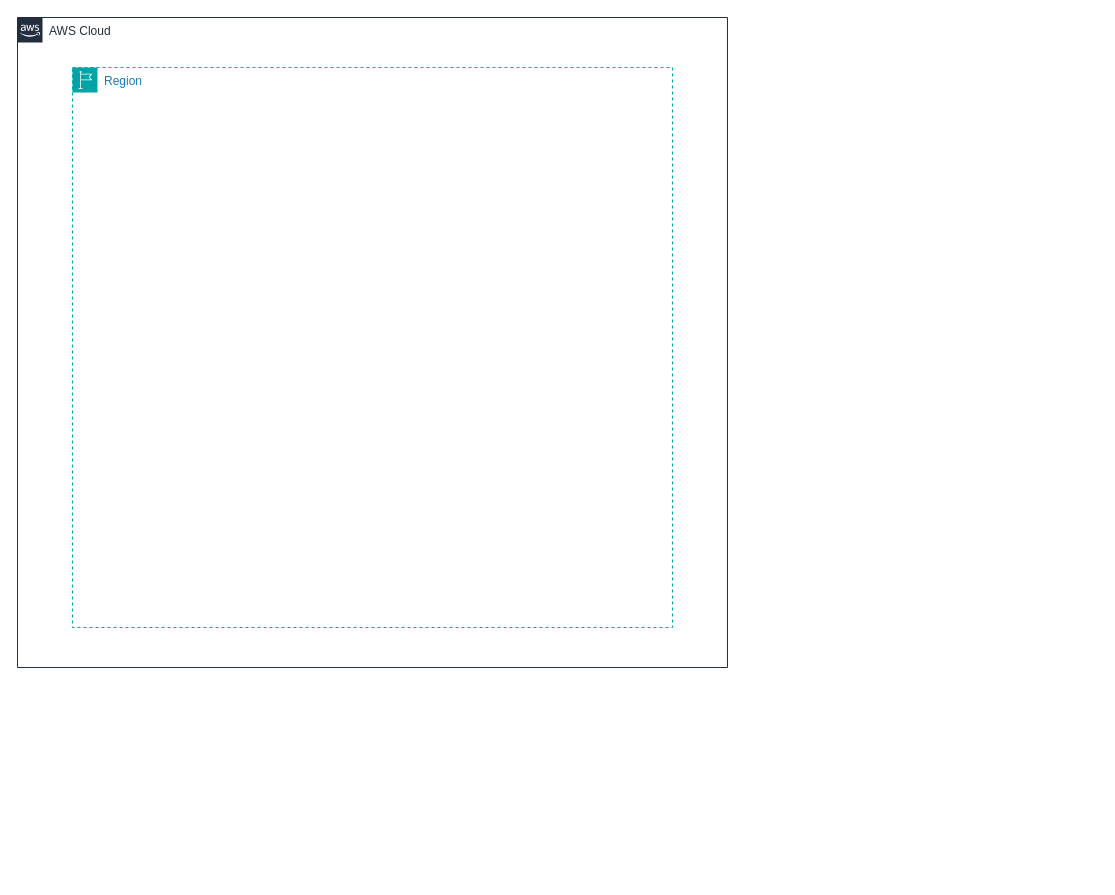
This is SEM_2/CS5024-Theory_and_Practice_of_Advanced_AI_Ecosystems/AWS Architecture Diagram.drawio from sprince0031/UL_Masters, a draw.io file, before an edit. Source tidied: cells renumbered, new cells numbered last; positions are measured from the earlier drawing's top-left corner, leaving out a move shared by most shapes. Both pictures are drawn from the tidied source at 100%, with x=0, y=0 at pixel (17, 17).
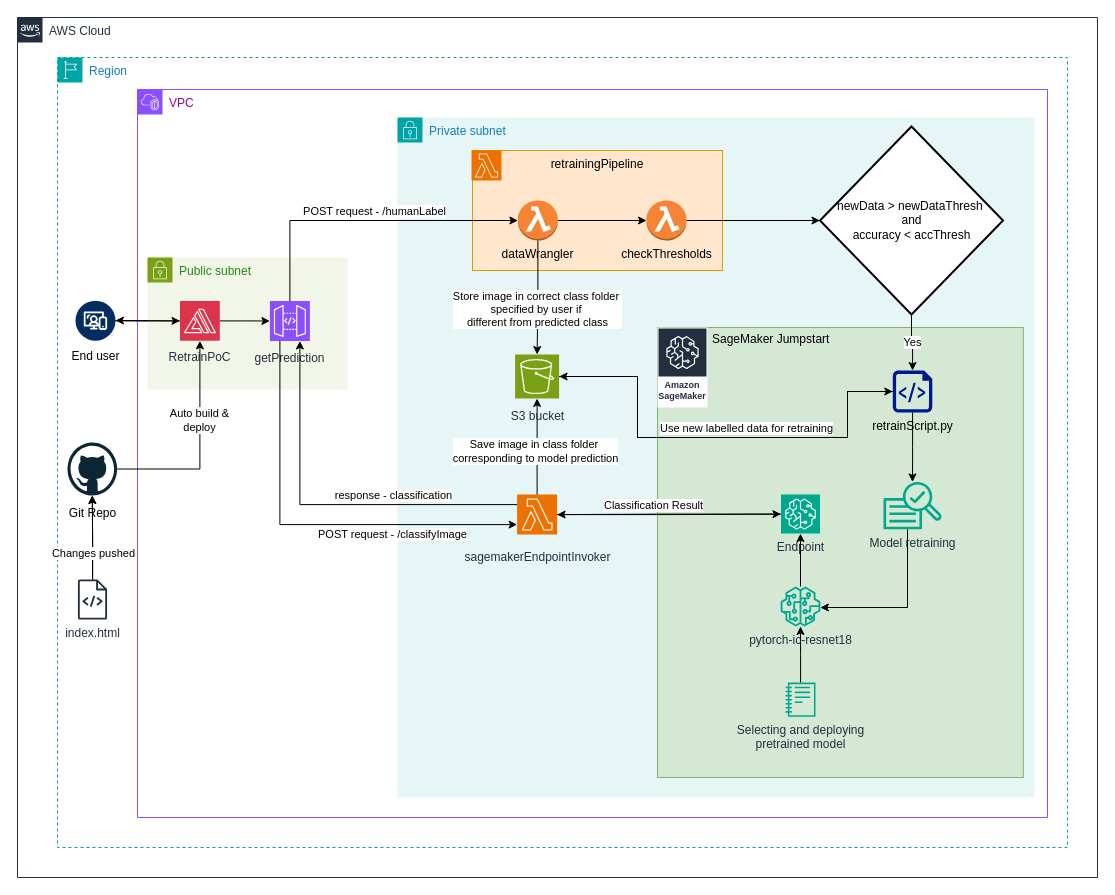
Above is the later version.

Change to the diagram source:
```diff
@@
     <mxCell id="2" value="AWS Cloud" style="gradientColor=none;html=1;whiteSpace=wrap;fontSize=12;fontStyle=0;shape=mxgraph.aws4.group;grIcon=mxgraph.aws4.group_aws_cloud_alt;strokeColor=#232F3E;fillColor=none;verticalAlign=top;align=left;spacingLeft=30;fontColor=#232F3E;dashed=0;" parent="1" vertex="1">
-      <mxGeometry width="710" height="650" as="geometry" />
+      <mxGeometry width="1080" height="860" as="geometry" />
     </mxCell>
     <mxCell id="3" value="Region" style="gradientColor=none;html=1;whiteSpace=wrap;fontSize=12;fontStyle=0;shape=mxgraph.aws4.group;grIcon=mxgraph.aws4.group_region;strokeColor=#00A4A6;fillColor=none;verticalAlign=top;align=left;spacingLeft=30;fontColor=#147EBA;dashed=1;" parent="2" vertex="1">
-      <mxGeometry x="55" y="50" width="600" height="560" as="geometry" />
+      <mxGeometry x="40" y="40" width="1010" height="790" as="geometry" />
     </mxCell>
+    <mxCell id="4" value="Private subnet" style="gradientColor=none;html=1;whiteSpace=wrap;fontSize=12;fontStyle=0;shape=mxgraph.aws4.group;grIcon=mxgraph.aws4.group_security_group;grStroke=0;strokeColor=#00A4A6;fillColor=#E6F6F7;verticalAlign=top;align=left;spacingLeft=30;fontColor=#147EBA;dashed=0;" parent="3" vertex="1">
+      <mxGeometry x="340" y="60" width="637" height="680" as="geometry" />
+    </mxCell>
+    <mxCell id="5" value="retrainingPipeline" style="fillColor=#ffe6cc;strokeColor=#d79b00;dashed=0;verticalAlign=top;fontStyle=0;whiteSpace=wrap;html=1;" parent="4" vertex="1">
+      <mxGeometry x="75" y="33" width="250" height="120" as="geometry" />
+    </mxCell>
+    <mxCell id="6" style="sketch=0;fontColor=#232F3E;fillColor=#ED7100;strokeColor=#ffffff;dashed=0;verticalLabelPosition=bottom;verticalAlign=top;align=center;html=1;fontSize=12;fontStyle=0;shape=mxgraph.aws4.resourceIcon;resIcon=mxgraph.aws4.lambda;" parent="4" vertex="1">
+      <mxGeometry x="74" y="33" width="30" height="30" as="geometry" />
+    </mxCell>
+    <mxCell id="7" style="edgeStyle=orthogonalEdgeStyle;rounded=0;jettySize=auto;html=1;exitX=1;exitY=0.5;exitDx=0;exitDy=0;exitPerimeter=0;" parent="4" edge="1" source="8" target="9">
+      <mxGeometry relative="1" as="geometry" />
+    </mxCell>
+    <mxCell id="8" value="dataWrangler" style="outlineConnect=0;dashed=0;verticalLabelPosition=bottom;verticalAlign=top;align=center;html=1;shape=mxgraph.aws3.lambda_function;fillColor=#F58534;gradientColor=none;" parent="4" vertex="1">
+      <mxGeometry x="120.4" y="83" width="40" height="40" as="geometry" />
+    </mxCell>
+    <mxCell id="9" value="checkThresholds" style="outlineConnect=0;dashed=0;verticalLabelPosition=bottom;verticalAlign=top;align=center;html=1;shape=mxgraph.aws3.lambda_function;fillColor=#F58534;gradientColor=none;" parent="4" vertex="1">
+      <mxGeometry x="249" y="83" width="40" height="40" as="geometry" />
+    </mxCell>
+    <mxCell id="10" style="edgeStyle=orthogonalEdgeStyle;rounded=0;jettySize=auto;html=1;" parent="3" edge="1" source="11" target="46">
+      <mxGeometry relative="1" as="geometry" />
+    </mxCell>
+    <mxCell id="11" value="End user&lt;div&gt;&lt;br&gt;&lt;/div&gt;" style="verticalLabelPosition=bottom;html=1;shape=mxgraph.salesforce.web2;spacingTop=5;" parent="3" vertex="1">
+      <mxGeometry x="18" y="243.2" width="40" height="40" as="geometry" />
+    </mxCell>
+    <mxCell id="12" style="edgeStyle=orthogonalEdgeStyle;rounded=0;jettySize=auto;html=1;exitX=0;exitY=0.5;exitDx=0;exitDy=0;exitPerimeter=0;" parent="3" edge="1" source="47" target="46">
+      <mxGeometry relative="1" as="geometry" />
+    </mxCell>
+    <mxCell id="13" style="edgeStyle=orthogonalEdgeStyle;rounded=0;jettySize=auto;html=1;" parent="3" edge="1" source="16">
+      <mxGeometry relative="1" as="geometry">
+        <mxPoint x="34.8" y="438" as="targetPoint" />
+      </mxGeometry>
+    </mxCell>
+    <mxCell id="14" style="edgeStyle=orthogonalEdgeStyle;rounded=0;jettySize=auto;html=1;" parent="3" edge="1" source="16">
+      <mxGeometry relative="1" as="geometry">
+        <mxPoint x="34.8" y="438" as="targetPoint" />
+      </mxGeometry>
+    </mxCell>
+    <mxCell id="15" value="Changes pushed" style="edgeLabel;html=1;align=center;verticalAlign=middle;" parent="14" vertex="1">
+      <mxGeometry x="-0.43" relative="1" as="geometry">
+        <mxPoint y="-3" as="offset" />
+      </mxGeometry>
+    </mxCell>
+    <mxCell id="16" value="index.html" style="sketch=0;outlineConnect=0;fontColor=#232F3E;gradientColor=none;fillColor=#232F3D;strokeColor=none;dashed=0;verticalLabelPosition=bottom;verticalAlign=top;align=center;html=1;fontSize=12;fontStyle=0;shape=mxgraph.aws4.source_code;" parent="3" vertex="1">
+      <mxGeometry x="20.4" y="522" width="29.2" height="40" as="geometry" />
+    </mxCell>
+    <mxCell id="17" value="&lt;div&gt;&lt;br&gt;&lt;/div&gt;SageMaker Jumpstart" style="fillColor=#d5e8d4;strokeColor=#82b366;dashed=0;verticalAlign=top;fontStyle=0;whiteSpace=wrap;html=1;spacingTop=-14;spacing=0;spacingLeft=55;align=left;" parent="3" vertex="1">
+      <mxGeometry x="600" y="270" width="365.8" height="450" as="geometry" />
+    </mxCell>
+    <mxCell id="18" style="edgeStyle=orthogonalEdgeStyle;rounded=0;jettySize=auto;html=1;" parent="3" edge="1" source="19" target="28">
+      <mxGeometry relative="1" as="geometry" />
+    </mxCell>
+    <mxCell id="19" value="Selecting and deploying&lt;div&gt;pretrained model&lt;/div&gt;" style="sketch=0;outlineConnect=0;fontColor=#232F3E;gradientColor=none;fillColor=#01A88D;strokeColor=none;dashed=0;verticalLabelPosition=bottom;verticalAlign=top;align=center;html=1;fontSize=12;fontStyle=0;shape=mxgraph.aws4.sagemaker_notebook;" parent="3" vertex="1">
+      <mxGeometry x="728.1" y="625" width="29.9" height="34.3" as="geometry" />
+    </mxCell>
+    <mxCell id="20" value="sagemakerEndpointInvoker" style="sketch=0;points=[[0,0,0],[0.25,0,0],[0.5,0,0],[0.75,0,0],[1,0,0],[0,1,0],[0.25,1,0],[0.5,1,0],[0.75,1,0],[1,1,0],[0,0.25,0],[0,0.5,0],[0,0.75,0],[1,0.25,0],[1,0.5,0],[1,0.75,0]];outlineConnect=0;fontColor=#232F3E;fillColor=#ED7100;strokeColor=#ffffff;dashed=0;verticalLabelPosition=bottom;verticalAlign=top;align=center;html=1;fontSize=12;fontStyle=0;shape=mxgraph.aws4.resourceIcon;resIcon=mxgraph.aws4.lambda;spacingBottom=0;spacingTop=9;" parent="3" vertex="1">
+      <mxGeometry x="459.6" y="437.1" width="40" height="40" as="geometry" />
+    </mxCell>
+    <mxCell id="21" value="Endpoint" style="sketch=0;points=[[0,0,0],[0.25,0,0],[0.5,0,0],[0.75,0,0],[1,0,0],[0,1,0],[0.25,1,0],[0.5,1,0],[0.75,1,0],[1,1,0],[0,0.25,0],[0,0.5,0],[0,0.75,0],[1,0.25,0],[1,0.5,0],[1,0.75,0]];outlineConnect=0;fontColor=#232F3E;fillColor=#01A88D;strokeColor=#ffffff;dashed=0;verticalLabelPosition=bottom;verticalAlign=top;align=center;html=1;fontSize=12;fontStyle=0;shape=mxgraph.aws4.resourceIcon;resIcon=mxgraph.aws4.sagemaker;" parent="3" vertex="1">
+      <mxGeometry x="723.5" y="437.1" width="39" height="39" as="geometry" />
+    </mxCell>
+    <mxCell id="22" style="edgeStyle=orthogonalEdgeStyle;rounded=0;jettySize=auto;html=1;exitX=0.5;exitY=0;exitDx=0;exitDy=0;exitPerimeter=0;entryX=0.5;entryY=1;entryDx=0;entryDy=0;entryPerimeter=0;" parent="3" edge="1" source="20" target="35">
+      <mxGeometry relative="1" as="geometry" />
+    </mxCell>
+    <mxCell id="23" value="Save image in class folder&amp;nbsp;&lt;div&gt;corresponding to model prediction&lt;/div&gt;" style="edgeLabel;html=1;align=center;verticalAlign=middle;" parent="22" vertex="1">
+      <mxGeometry x="-0.08" y="2" relative="1" as="geometry" />
+    </mxCell>
+    <mxCell id="24" style="edgeStyle=orthogonalEdgeStyle;rounded=0;jettySize=auto;html=1;exitX=0;exitY=0.5;exitDx=0;exitDy=0;exitPerimeter=0;entryX=1;entryY=0.5;entryDx=0;entryDy=0;entryPerimeter=0;" parent="3" edge="1" source="21" target="20">
+      <mxGeometry relative="1" as="geometry" />
+    </mxCell>
+    <mxCell id="25" style="edgeStyle=orthogonalEdgeStyle;rounded=0;jettySize=auto;html=1;exitX=1;exitY=0.5;exitDx=0;exitDy=0;exitPerimeter=0;entryX=0;entryY=0.5;entryDx=0;entryDy=0;entryPerimeter=0;" parent="3" edge="1" source="20" target="21">
+      <mxGeometry relative="1" as="geometry" />
+    </mxCell>
+    <mxCell id="26" value="Classification Result" style="edgeLabel;html=1;align=center;verticalAlign=middle;" parent="25" vertex="1">
+      <mxGeometry x="-0.04" relative="1" as="geometry">
+        <mxPoint x="-12" y="-10" as="offset" />
+      </mxGeometry>
+    </mxCell>
+    <mxCell id="27" style="edgeStyle=orthogonalEdgeStyle;rounded=0;jettySize=auto;html=1;" parent="3" edge="1" source="28" target="21">
+      <mxGeometry relative="1" as="geometry" />
+    </mxCell>
+    <mxCell id="28" value="pytorch-ic-resnet18" style="sketch=0;outlineConnect=0;fontColor=#232F3E;gradientColor=none;fillColor=#01A88D;strokeColor=none;dashed=0;verticalLabelPosition=bottom;verticalAlign=top;align=center;html=1;fontSize=12;fontStyle=0;shape=mxgraph.aws4.sagemaker_model;" parent="3" vertex="1">
+      <mxGeometry x="723" y="529" width="40" height="40" as="geometry" />
+    </mxCell>
+    <mxCell id="29" style="edgeStyle=orthogonalEdgeStyle;rounded=0;jettySize=auto;html=1;exitX=0.5;exitY=1;exitDx=0;exitDy=0;exitPerimeter=0;entryX=0.5;entryY=0;entryDx=0;entryDy=0;entryPerimeter=0;" parent="3" edge="1" source="8" target="35">
+      <mxGeometry relative="1" as="geometry" />
+    </mxCell>
+    <mxCell id="30" value="Store image in correct class folder&amp;nbsp;&lt;div&gt;specified by user if&amp;nbsp;&lt;/div&gt;&lt;div&gt;different from predicted class&lt;/div&gt;" style="edgeLabel;html=1;align=center;verticalAlign=middle;" parent="29" vertex="1">
+      <mxGeometry x="0.09" y="-2" relative="1" as="geometry">
+        <mxPoint x="2" y="6" as="offset" />
+      </mxGeometry>
+    </mxCell>
+    <mxCell id="31" value="&lt;font color=&quot;#990099&quot;&gt;VPC&lt;/font&gt;" style="gradientColor=none;html=1;whiteSpace=wrap;fontSize=12;fontStyle=0;shape=mxgraph.aws4.group;grIcon=mxgraph.aws4.group_vpc2;strokeColor=#8C4FFF;fillColor=none;verticalAlign=top;align=left;spacingLeft=30;fontColor=#AAB7B8;dashed=0;" parent="3" vertex="1">
+      <mxGeometry x="80" y="32" width="910" height="728" as="geometry" />
+    </mxCell>
+    <mxCell id="32" value="Public subnet" style="gradientColor=none;html=1;whiteSpace=wrap;fontSize=12;fontStyle=0;shape=mxgraph.aws4.group;grIcon=mxgraph.aws4.group_security_group;grStroke=0;strokeColor=#7AA116;fillColor=#F2F6E8;verticalAlign=top;align=left;spacingLeft=30;fontColor=#248814;dashed=0;" parent="31" vertex="1">
+      <mxGeometry x="10" y="168" width="200" height="132" as="geometry" />
+    </mxCell>
+    <mxCell id="33" style="edgeStyle=orthogonalEdgeStyle;rounded=0;jettySize=auto;html=1;exitX=1;exitY=0.5;exitDx=0;exitDy=0;exitPerimeter=0;entryX=0;entryY=0.5;entryDx=0;entryDy=0;entryPerimeter=0;" parent="31" edge="1" source="35" target="38">
+      <mxGeometry relative="1" as="geometry">
+        <Array as="points">
+          <mxPoint x="500" y="287" />
+          <mxPoint x="500" y="348" />
+          <mxPoint x="710" y="348" />
+          <mxPoint x="710" y="302" />
+        </Array>
+      </mxGeometry>
+    </mxCell>
+    <mxCell id="34" value="Use new labelled data for retraining" style="edgeLabel;html=1;align=center;verticalAlign=middle;" parent="33" vertex="1">
+      <mxGeometry x="-0.1" relative="1" as="geometry">
+        <mxPoint x="50" y="-10" as="offset" />
+      </mxGeometry>
+    </mxCell>
+    <mxCell id="35" value="S3 bucket&lt;div&gt;&lt;br&gt;&lt;/div&gt;" style="sketch=0;points=[[0,0,0],[0.25,0,0],[0.5,0,0],[0.75,0,0],[1,0,0],[0,1,0],[0.25,1,0],[0.5,1,0],[0.75,1,0],[1,1,0],[0,0.25,0],[0,0.5,0],[0,0.75,0],[1,0.25,0],[1,0.5,0],[1,0.75,0]];outlineConnect=0;fontColor=#232F3E;fillColor=#7AA116;strokeColor=#ffffff;dashed=0;verticalLabelPosition=bottom;verticalAlign=top;align=center;html=1;fontSize=12;fontStyle=0;shape=mxgraph.aws4.resourceIcon;resIcon=mxgraph.aws4.s3;spacingTop=4;labelBackgroundColor=none;textShadow=0;labelBorderColor=none;" parent="31" vertex="1">
+      <mxGeometry x="377.6" y="265" width="44" height="44" as="geometry" />
+    </mxCell>
+    <mxCell id="36" value="Git Repo" style="dashed=0;outlineConnect=0;html=1;align=center;labelPosition=center;verticalLabelPosition=bottom;verticalAlign=top;shape=mxgraph.weblogos.github;spacingTop=4;" parent="31" vertex="1">
+      <mxGeometry x="-70" y="353" width="49.6" height="53" as="geometry" />
+    </mxCell>
+    <mxCell id="37" value="newData &amp;gt; newDataThresh&amp;nbsp;&lt;div&gt;and&lt;/div&gt;&lt;div&gt;accuracy &amp;lt; accThresh&lt;/div&gt;" style="strokeWidth=2;html=1;shape=mxgraph.flowchart.decision;whiteSpace=wrap;" parent="31" vertex="1">
+      <mxGeometry x="682.5" y="37" width="183" height="188" as="geometry" />
+    </mxCell>
+    <mxCell id="38" value="retrainScript.py" style="sketch=0;shadow=0;dashed=0;html=1;strokeColor=none;labelPosition=center;verticalLabelPosition=bottom;verticalAlign=top;align=center;fillColor=#00188D;shape=mxgraph.azure.script_file;" parent="31" vertex="1">
+      <mxGeometry x="755.3" y="281" width="39.5" height="42" as="geometry" />
+    </mxCell>
+    <mxCell id="39" style="edgeStyle=orthogonalEdgeStyle;rounded=0;jettySize=auto;html=1;exitX=0.5;exitY=1;exitDx=0;exitDy=0;exitPerimeter=0;entryX=0.5;entryY=0;entryDx=0;entryDy=0;entryPerimeter=0;" parent="31" edge="1" source="37" target="38">
+      <mxGeometry relative="1" as="geometry" />
+    </mxCell>
+    <mxCell id="40" value="Yes" style="edgeLabel;html=1;align=center;verticalAlign=middle;" parent="39" vertex="1">
+      <mxGeometry y="-1" relative="1" as="geometry" />
+    </mxCell>
+    <mxCell id="41" value="Model retraining" style="sketch=0;outlineConnect=0;fontColor=#232F3E;gradientColor=none;fillColor=#01A88D;strokeColor=none;dashed=0;verticalLabelPosition=bottom;verticalAlign=top;align=center;html=1;fontSize=12;fontStyle=0;shape=mxgraph.aws4.sagemaker_train;" parent="31" vertex="1">
+      <mxGeometry x="746" y="392" width="58" height="48.3" as="geometry" />
+    </mxCell>
+    <mxCell id="42" style="edgeStyle=orthogonalEdgeStyle;rounded=0;jettySize=auto;html=1;exitX=0.5;exitY=1;exitDx=0;exitDy=0;exitPerimeter=0;" parent="31" edge="1" source="38" target="41">
+      <mxGeometry relative="1" as="geometry" />
+    </mxCell>
+    <mxCell id="43" style="edgeStyle=orthogonalEdgeStyle;rounded=0;jettySize=auto;html=1;exitX=0;exitY=0.5;exitDx=0;exitDy=0;exitPerimeter=0;entryX=1;entryY=0.5;entryDx=0;entryDy=0;entryPerimeter=0;" parent="31" edge="1" source="38" target="35">
+      <mxGeometry relative="1" as="geometry">
+        <Array as="points">
+          <mxPoint x="710" y="302" />
+          <mxPoint x="710" y="348" />
+          <mxPoint x="500" y="348" />
+          <mxPoint x="500" y="287" />
+        </Array>
+      </mxGeometry>
+    </mxCell>
+    <mxCell id="44" style="edgeStyle=orthogonalEdgeStyle;rounded=0;jettySize=auto;html=1;exitX=1;exitY=0.5;exitDx=0;exitDy=0;exitPerimeter=0;entryX=0;entryY=0.5;entryDx=0;entryDy=0;entryPerimeter=0;" parent="3" edge="1" source="9" target="37">
+      <mxGeometry relative="1" as="geometry" />
+    </mxCell>
+    <mxCell id="45" value="Amazon SageMaker" style="sketch=0;fontColor=#232F3E;gradientColor=none;strokeColor=#ffffff;fillColor=#232F3E;dashed=0;verticalLabelPosition=middle;verticalAlign=bottom;align=center;html=1;whiteSpace=wrap;fontSize=9;fontStyle=1;spacing=3;shape=mxgraph.aws4.productIcon;prIcon=mxgraph.aws4.sagemaker;spacingTop=0;spacingBottom=2;" parent="3" vertex="1">
+      <mxGeometry x="600" y="270" width="50" height="80" as="geometry" />
+    </mxCell>
+    <mxCell id="46" value="RetrainPoC" style="sketch=0;points=[[0,0,0],[0.25,0,0],[0.5,0,0],[0.75,0,0],[1,0,0],[0,1,0],[0.25,1,0],[0.5,1,0],[0.75,1,0],[1,1,0],[0,0.25,0],[0,0.5,0],[0,0.75,0],[1,0.25,0],[1,0.5,0],[1,0.75,0]];outlineConnect=0;fontColor=#232F3E;fillColor=#DD344C;strokeColor=#ffffff;dashed=0;verticalLabelPosition=bottom;verticalAlign=top;align=center;html=1;fontSize=12;fontStyle=0;shape=mxgraph.aws4.resourceIcon;resIcon=mxgraph.aws4.amplify;spacingTop=3;" parent="3" vertex="1">
+      <mxGeometry x="122.5" y="243.5" width="39.8" height="39.8" as="geometry" />
+    </mxCell>
+    <mxCell id="47" value="getPrediction" style="sketch=0;points=[[0,0,0],[0.25,0,0],[0.5,0,0],[0.75,0,0],[1,0,0],[0,1,0],[0.25,1,0],[0.5,1,0],[0.75,1,0],[1,1,0],[0,0.25,0],[0,0.5,0],[0,0.75,0],[1,0.25,0],[1,0.5,0],[1,0.75,0]];outlineConnect=0;fontColor=#232F3E;fillColor=#8C4FFF;strokeColor=#ffffff;dashed=0;verticalLabelPosition=bottom;verticalAlign=top;align=center;html=1;fontSize=12;fontStyle=0;shape=mxgraph.aws4.resourceIcon;resIcon=mxgraph.aws4.api_gateway;spacingTop=3;" parent="3" vertex="1">
+      <mxGeometry x="212.4" y="243.5" width="40" height="40" as="geometry" />
+    </mxCell>
+    <mxCell id="48" style="edgeStyle=orthogonalEdgeStyle;rounded=0;jettySize=auto;html=1;exitX=1;exitY=0.5;exitDx=0;exitDy=0;exitPerimeter=0;entryX=0;entryY=0.5;entryDx=0;entryDy=0;entryPerimeter=0;" parent="3" edge="1" source="46" target="47">
+      <mxGeometry relative="1" as="geometry" />
+    </mxCell>
+    <mxCell id="49" style="edgeStyle=orthogonalEdgeStyle;rounded=0;jettySize=auto;html=1;" parent="3" edge="1" source="36" target="46">
+      <mxGeometry relative="1" as="geometry" />
+    </mxCell>
+    <mxCell id="50" value="Auto build &amp;amp;&lt;div&gt;deploy&lt;/div&gt;" style="edgeLabel;html=1;align=center;verticalAlign=middle;" parent="49" vertex="1">
+      <mxGeometry x="-0.08" y="-1" relative="1" as="geometry">
+        <mxPoint x="-2" y="-35" as="offset" />
+      </mxGeometry>
+    </mxCell>
+    <mxCell id="51" style="edgeStyle=orthogonalEdgeStyle;rounded=0;jettySize=auto;html=1;exitX=0.25;exitY=1;exitDx=0;exitDy=0;exitPerimeter=0;entryX=0;entryY=0.75;entryDx=0;entryDy=0;entryPerimeter=0;" parent="3" edge="1" source="47" target="20">
+      <mxGeometry relative="1" as="geometry" />
+    </mxCell>
+    <mxCell id="52" value="POST request - /classifyImage" style="edgeLabel;html=1;align=center;verticalAlign=middle;" parent="51" vertex="1">
+      <mxGeometry x="-0.14" y="-1" relative="1" as="geometry">
+        <mxPoint x="113" y="12" as="offset" />
+      </mxGeometry>
+    </mxCell>
+    <mxCell id="53" style="edgeStyle=orthogonalEdgeStyle;rounded=0;jettySize=auto;html=1;exitX=0;exitY=0.25;exitDx=0;exitDy=0;exitPerimeter=0;entryX=0.75;entryY=1;entryDx=0;entryDy=0;entryPerimeter=0;" parent="3" edge="1" source="20" target="47">
+      <mxGeometry relative="1" as="geometry" />
+    </mxCell>
+    <mxCell id="54" value="response - classification" style="edgeLabel;html=1;align=center;verticalAlign=middle;" parent="53" vertex="1">
+      <mxGeometry x="-0.09" y="-4" relative="1" as="geometry">
+        <mxPoint x="49" y="-6" as="offset" />
+      </mxGeometry>
+    </mxCell>
+    <mxCell id="55" style="edgeStyle=orthogonalEdgeStyle;rounded=0;jettySize=auto;html=1;exitX=0.5;exitY=0;exitDx=0;exitDy=0;exitPerimeter=0;entryX=0;entryY=0.5;entryDx=0;entryDy=0;entryPerimeter=0;" parent="3" edge="1" source="47" target="8">
+      <mxGeometry relative="1" as="geometry" />
+    </mxCell>
+    <mxCell id="56" value="POST request - /humanLabel" style="edgeLabel;html=1;align=center;verticalAlign=middle;" parent="55" vertex="1">
+      <mxGeometry x="-0.22" y="1" relative="1" as="geometry">
+        <mxPoint x="45" y="-9" as="offset" />
+      </mxGeometry>
+    </mxCell>
+    <mxCell id="57" style="edgeStyle=orthogonalEdgeStyle;rounded=0;jettySize=auto;html=1;exitX=0;exitY=0.5;exitDx=0;exitDy=0;exitPerimeter=0;entryX=1;entryY=0.494;entryDx=0;entryDy=0;entryPerimeter=0;" parent="3" edge="1" source="46" target="11">
+      <mxGeometry relative="1" as="geometry" />
+    </mxCell>
+    <mxCell id="58" style="edgeStyle=orthogonalEdgeStyle;rounded=0;jettySize=auto;html=1;entryX=0;entryY=0.5;entryDx=0;entryDy=0;entryPerimeter=0;" parent="3" edge="1" source="11" target="46">
+      <mxGeometry relative="1" as="geometry" />
+    </mxCell>
+    <mxCell id="59" style="edgeStyle=orthogonalEdgeStyle;rounded=0;jettySize=auto;html=1;" parent="3" edge="1" source="41" target="28">
+      <mxGeometry relative="1" as="geometry">
+        <Array as="points">
+          <mxPoint x="850" y="550" />
+        </Array>
+      </mxGeometry>
+    </mxCell>
```
